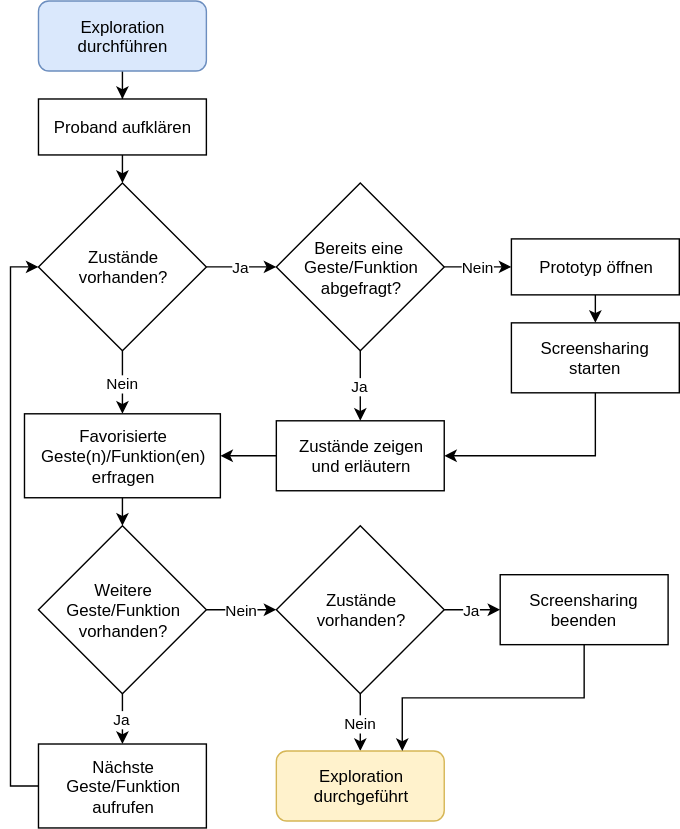
This is img/de/introduction/study-preview/exploration.svg from danielkuenkel/gesturenote, a draw.io export, as it was before one commit. Source tidied: cells renumbered, new cells last; positions are measured from the earlier drawing's top-left corner, leaving out a move shared by most shapes. Source of this version:
```xml
<mxGraphModel background="#ffffff">
  <root>
    <mxCell id="0" />
    <mxCell id="1" parent="0" />
    <mxCell id="2" style="edgeStyle=orthogonalEdgeStyle;rounded=0;comic=0;html=1;shadow=0;jettySize=auto;" parent="1" edge="1" source="3" target="5">
      <mxGeometry relative="1" as="geometry" />
    </mxCell>
    <mxCell id="3" value="Exploration&lt;div&gt;durchführen&lt;/div&gt;" style="rounded=1;whiteSpace=wrap;html=1;fillColor=#dae8fc;strokeColor=#6c8ebf;" parent="1" vertex="1">
      <mxGeometry x="10" width="120" height="50" as="geometry" />
    </mxCell>
    <mxCell id="4" style="edgeStyle=orthogonalEdgeStyle;rounded=0;comic=0;html=1;exitX=0.5;exitY=1;entryX=0.5;entryY=0;shadow=0;jettySize=auto;" parent="1" edge="1" source="5" target="8">
      <mxGeometry relative="1" as="geometry" />
    </mxCell>
    <mxCell id="5" value="Proband aufklären" style="rounded=0;whiteSpace=wrap;html=1;" parent="1" vertex="1">
      <mxGeometry x="10" y="70" width="120" height="40" as="geometry" />
    </mxCell>
    <mxCell id="6" value="Nein" style="edgeStyle=orthogonalEdgeStyle;rounded=0;comic=0;html=1;exitX=0.5;exitY=1;shadow=0;jettySize=auto;" parent="1" edge="1" source="8" target="16">
      <mxGeometry relative="1" as="geometry" />
    </mxCell>
    <mxCell id="7" value="Ja" style="edgeStyle=orthogonalEdgeStyle;rounded=0;comic=0;html=1;exitX=1;exitY=0.5;entryX=0;entryY=0.5;shadow=0;jettySize=auto;" parent="1" edge="1" source="8" target="30">
      <mxGeometry relative="1" as="geometry" />
    </mxCell>
    <mxCell id="8" value="Zustände&lt;div&gt;vorhanden?&lt;/div&gt;" style="rhombus;whiteSpace=wrap;html=1;" parent="1" vertex="1">
      <mxGeometry x="10" y="130" width="120" height="120" as="geometry" />
    </mxCell>
    <mxCell id="9" style="edgeStyle=orthogonalEdgeStyle;rounded=0;comic=0;html=1;exitX=0.5;exitY=1;entryX=0.5;entryY=0;shadow=0;jettySize=auto;" parent="1" edge="1" source="10" target="12">
      <mxGeometry relative="1" as="geometry" />
    </mxCell>
    <mxCell id="10" value="Prototyp öffnen" style="rounded=0;whiteSpace=wrap;html=1;" parent="1" vertex="1">
      <mxGeometry x="348" y="170" width="120" height="40" as="geometry" />
    </mxCell>
    <mxCell id="11" style="edgeStyle=orthogonalEdgeStyle;rounded=0;comic=0;html=1;exitX=0.5;exitY=1;entryX=1;entryY=0.5;shadow=0;jettySize=auto;" parent="1" edge="1" source="12" target="14">
      <mxGeometry relative="1" as="geometry" />
    </mxCell>
    <mxCell id="12" value="Screensharing starten" style="rounded=0;whiteSpace=wrap;html=1;" parent="1" vertex="1">
      <mxGeometry x="348" y="230" width="120" height="50" as="geometry" />
    </mxCell>
    <mxCell id="13" style="edgeStyle=orthogonalEdgeStyle;rounded=0;comic=0;html=1;exitX=0;exitY=0.5;entryX=1;entryY=0.5;shadow=0;jettySize=auto;" parent="1" edge="1" source="14" target="16">
      <mxGeometry relative="1" as="geometry" />
    </mxCell>
    <mxCell id="14" value="Zustände zeigen&lt;div&gt;und erläutern&lt;/div&gt;" style="rounded=0;whiteSpace=wrap;html=1;" parent="1" vertex="1">
      <mxGeometry x="180" y="300" width="120" height="50" as="geometry" />
    </mxCell>
    <mxCell id="15" style="edgeStyle=orthogonalEdgeStyle;rounded=0;comic=0;html=1;exitX=0.5;exitY=1;entryX=0.5;entryY=0;shadow=0;jettySize=auto;" parent="1" edge="1" source="16" target="19">
      <mxGeometry relative="1" as="geometry" />
    </mxCell>
    <mxCell id="16" value="Favorisierte&lt;div&gt;Geste(n)/Funktion(en)&lt;/div&gt;&lt;div&gt;erfragen&lt;/div&gt;" style="rounded=0;whiteSpace=wrap;html=1;" parent="1" vertex="1">
      <mxGeometry y="295" width="140" height="60" as="geometry" />
    </mxCell>
    <mxCell id="17" value="Nein" style="edgeStyle=orthogonalEdgeStyle;rounded=0;comic=0;html=1;exitX=1;exitY=0.5;entryX=0;entryY=0.5;shadow=0;jettySize=auto;" parent="1" edge="1" source="19" target="22">
      <mxGeometry relative="1" as="geometry" />
    </mxCell>
    <mxCell id="18" value="Ja" style="edgeStyle=orthogonalEdgeStyle;rounded=0;comic=0;html=1;exitX=0.5;exitY=1;shadow=0;jettySize=auto;" parent="1" edge="1" source="19" target="27">
      <mxGeometry relative="1" as="geometry" />
    </mxCell>
    <mxCell id="19" value="Weitere&lt;div&gt;Geste/Funktion&lt;/div&gt;&lt;div&gt;vorhanden?&lt;/div&gt;" style="rhombus;whiteSpace=wrap;html=1;" parent="1" vertex="1">
      <mxGeometry x="10" y="375" width="120" height="120" as="geometry" />
    </mxCell>
    <mxCell id="20" value="Ja" style="edgeStyle=orthogonalEdgeStyle;rounded=0;comic=0;html=1;exitX=1;exitY=0.5;entryX=0;entryY=0.5;shadow=0;jettySize=auto;" parent="1" edge="1" source="22" target="25">
      <mxGeometry relative="1" as="geometry" />
    </mxCell>
    <mxCell id="21" value="Nein" style="edgeStyle=orthogonalEdgeStyle;rounded=0;comic=0;html=1;exitX=0.5;exitY=1;entryX=0.5;entryY=0;shadow=0;jettySize=auto;" parent="1" edge="1" source="22" target="23">
      <mxGeometry relative="1" as="geometry" />
    </mxCell>
    <mxCell id="22" value="Zustände&lt;div&gt;vorhanden?&lt;/div&gt;" style="rhombus;whiteSpace=wrap;html=1;" parent="1" vertex="1">
      <mxGeometry x="180" y="375" width="120" height="120" as="geometry" />
    </mxCell>
    <mxCell id="23" value="Exploration&lt;div&gt;durchgeführt&lt;/div&gt;" style="rounded=1;whiteSpace=wrap;html=1;fillColor=#fff2cc;strokeColor=#d6b656;" parent="1" vertex="1">
      <mxGeometry x="180" y="536" width="120" height="50" as="geometry" />
    </mxCell>
    <mxCell id="24" style="edgeStyle=orthogonalEdgeStyle;rounded=0;comic=0;html=1;exitX=0.5;exitY=1;entryX=0.75;entryY=0;shadow=0;jettySize=auto;" parent="1" edge="1" source="25" target="23">
      <mxGeometry relative="1" as="geometry" />
    </mxCell>
    <mxCell id="25" value="Screensharing beenden" style="rounded=0;whiteSpace=wrap;html=1;" parent="1" vertex="1">
      <mxGeometry x="340" y="410" width="120" height="50" as="geometry" />
    </mxCell>
    <mxCell id="26" style="edgeStyle=orthogonalEdgeStyle;rounded=0;comic=0;html=1;exitX=0;exitY=0.5;entryX=0;entryY=0.5;shadow=0;jettySize=auto;" parent="1" edge="1" source="27" target="8">
      <mxGeometry relative="1" as="geometry" />
    </mxCell>
    <mxCell id="27" value="Nächste&lt;div&gt;Geste/Funktion&lt;div&gt;aufrufen&lt;/div&gt;&lt;/div&gt;" style="rounded=0;whiteSpace=wrap;html=1;" parent="1" vertex="1">
      <mxGeometry x="10" y="531" width="120" height="60" as="geometry" />
    </mxCell>
    <mxCell id="28" value="Nein" style="edgeStyle=orthogonalEdgeStyle;rounded=0;comic=0;html=1;exitX=1;exitY=0.5;entryX=0;entryY=0.5;shadow=0;jettySize=auto;" parent="1" edge="1" source="30" target="10">
      <mxGeometry relative="1" as="geometry" />
    </mxCell>
    <mxCell id="29" value="Ja" style="edgeStyle=orthogonalEdgeStyle;rounded=0;comic=0;html=1;exitX=0.5;exitY=1;entryX=0.5;entryY=0;shadow=0;jettySize=auto;" parent="1" edge="1" source="30" target="14">
      <mxGeometry relative="1" as="geometry" />
    </mxCell>
    <mxCell id="30" value="Bereits eine&amp;nbsp;&lt;div&gt;Geste/Funktion&lt;/div&gt;&lt;div&gt;abgefragt?&lt;/div&gt;" style="rhombus;whiteSpace=wrap;html=1;" parent="1" vertex="1">
      <mxGeometry x="180" y="130" width="120" height="120" as="geometry" />
    </mxCell>
  </root>
</mxGraphModel>
```
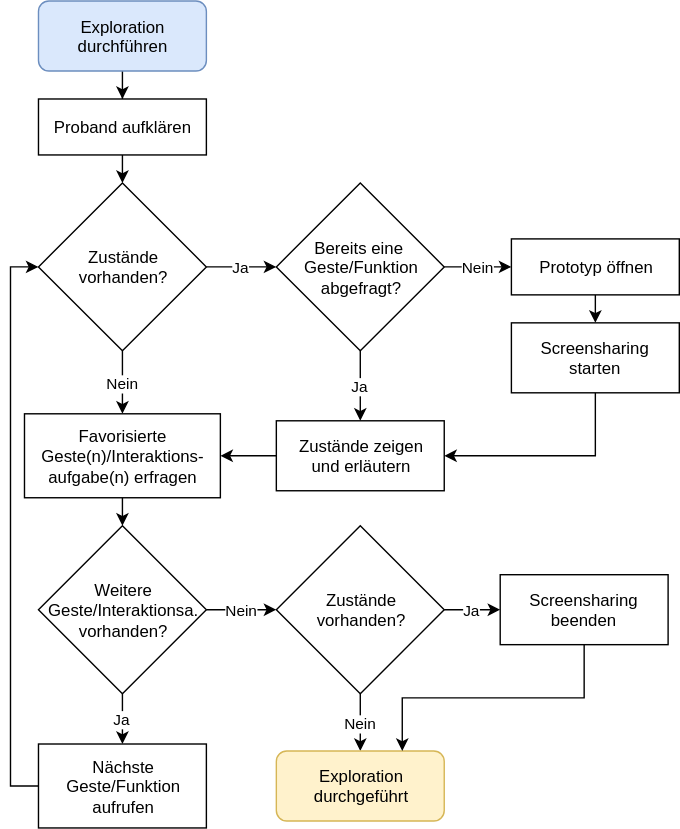
The same diagram one commit later.

Diff of the diagram source:
```diff
@@ -44,7 +44,7 @@
     <mxCell id="15" style="edgeStyle=orthogonalEdgeStyle;rounded=0;comic=0;html=1;exitX=0.5;exitY=1;entryX=0.5;entryY=0;shadow=0;jettySize=auto;" parent="1" edge="1" source="16" target="19">
       <mxGeometry relative="1" as="geometry" />
     </mxCell>
-    <mxCell id="16" value="Favorisierte&lt;div&gt;Geste(n)/Funktion(en)&lt;/div&gt;&lt;div&gt;erfragen&lt;/div&gt;" style="rounded=0;whiteSpace=wrap;html=1;" parent="1" vertex="1">
+    <mxCell id="16" value="Favorisierte&lt;div&gt;Geste(n)/Interaktions-&lt;/div&gt;&lt;div&gt;aufgabe(n) erfragen&lt;/div&gt;" style="rounded=0;whiteSpace=wrap;html=1;" parent="1" vertex="1">
       <mxGeometry y="295" width="140" height="60" as="geometry" />
     </mxCell>
     <mxCell id="17" value="Nein" style="edgeStyle=orthogonalEdgeStyle;rounded=0;comic=0;html=1;exitX=1;exitY=0.5;entryX=0;entryY=0.5;shadow=0;jettySize=auto;" parent="1" edge="1" source="19" target="22">
@@ -53,7 +53,7 @@
     <mxCell id="18" value="Ja" style="edgeStyle=orthogonalEdgeStyle;rounded=0;comic=0;html=1;exitX=0.5;exitY=1;shadow=0;jettySize=auto;" parent="1" edge="1" source="19" target="27">
       <mxGeometry relative="1" as="geometry" />
     </mxCell>
-    <mxCell id="19" value="Weitere&lt;div&gt;Geste/Funktion&lt;/div&gt;&lt;div&gt;vorhanden?&lt;/div&gt;" style="rhombus;whiteSpace=wrap;html=1;" parent="1" vertex="1">
+    <mxCell id="19" value="Weitere&lt;div&gt;Geste/Interaktionsa.&lt;/div&gt;&lt;div&gt;vorhanden?&lt;/div&gt;" style="rhombus;whiteSpace=wrap;html=1;" parent="1" vertex="1">
       <mxGeometry x="10" y="375" width="120" height="120" as="geometry" />
     </mxCell>
     <mxCell id="20" value="Ja" style="edgeStyle=orthogonalEdgeStyle;rounded=0;comic=0;html=1;exitX=1;exitY=0.5;entryX=0;entryY=0.5;shadow=0;jettySize=auto;" parent="1" edge="1" source="22" target="25">
```
